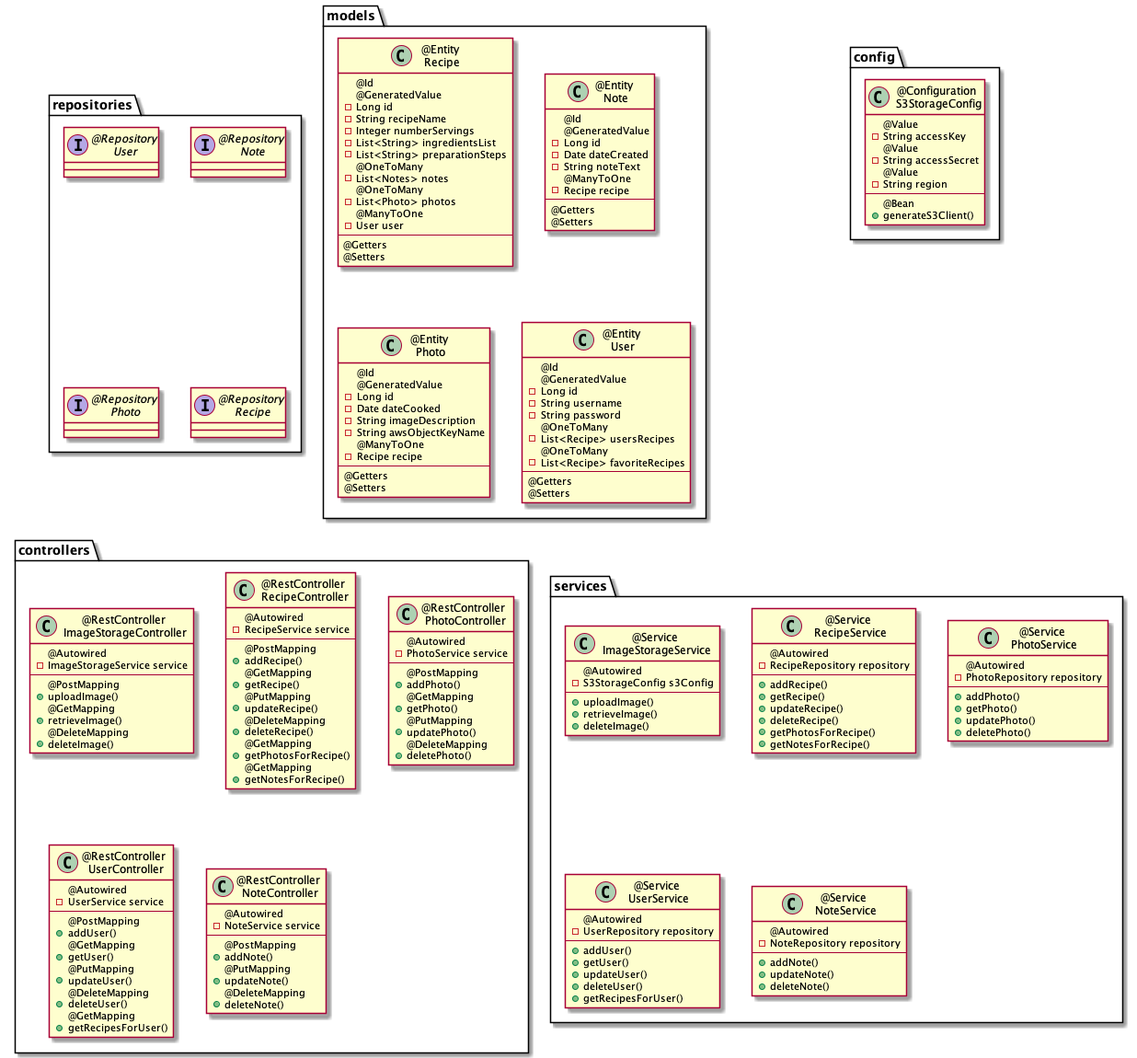
Before: RecipeAppUML.png, a diagram exported from PlantUML (theresa-christina/MyCookBookApp-BackEnd).
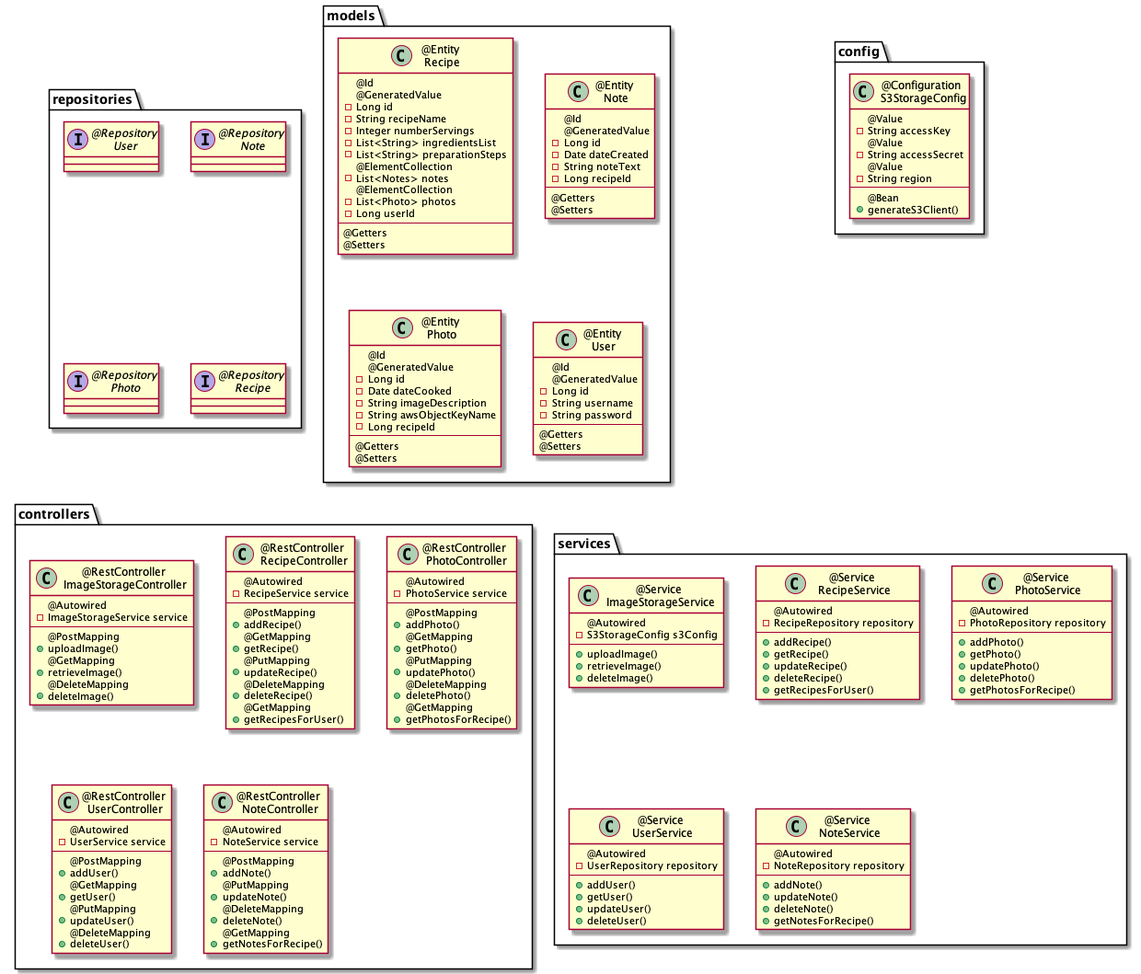
The same file after the commit.

Change to the diagram source:
```diff
@@ -32,12 +32,11 @@
         - Integer numberServings
         - List<String> ingredientsList
         - List<String> preparationSteps
-        @OneToMany
+        @ElementCollection
         - List<Notes> notes
-        @OneToMany
+        @ElementCollection
         - List<Photo> photos
-        @ManyToOne
-        - User user
+        - Long userId
         --
         @Getters
         @Setters
@@ -49,8 +48,7 @@
         - Long id
         - Date dateCreated
         - String noteText
-        @ManyToOne
-        - Recipe recipe
+        - Long recipeId
         --
         @Getters
         @Setters
@@ -63,8 +61,7 @@
         - Date dateCooked
         - String imageDescription
         - String awsObjectKeyName
-        @ManyToOne
-        - Recipe recipe
+        - Long recipeId
         --
         @Getters
         @Setters
@@ -77,10 +74,6 @@
         - Long id
         - String username
         - String password
-        @OneToMany
-        - List<Recipe> usersRecipes
-        @OneToMany
-        - List<Recipe> favoriteRecipes
         --
         @Getters
         @Setters
@@ -113,9 +106,7 @@
         @DeleteMapping
         + deleteRecipe()
         @GetMapping
-        + getPhotosForRecipe()
-        @GetMapping
-        + getNotesForRecipe()
+        + getRecipesForUser()
     }
 
     class "@RestController\n PhotoController" {
@@ -130,6 +121,8 @@
         + updatePhoto()
         @DeleteMapping
         + deletePhoto()
+        @GetMapping
+        + getPhotosForRecipe()
     }
 
     class "@RestController\n UserController" {
@@ -144,8 +137,6 @@
         + updateUser()
         @DeleteMapping
         + deleteUser()
-        @GetMapping
-        + getRecipesForUser()
     }
 
     class "@RestController\n NoteController" {
@@ -158,6 +149,8 @@
         + updateNote()
         @DeleteMapping
         + deleteNote()
+        @GetMapping
+        + getNotesForRecipe()
     }
 }
 
@@ -179,8 +172,7 @@
             + getRecipe()
             + updateRecipe()
             + deleteRecipe()
-            + getPhotosForRecipe()
-            + getNotesForRecipe()
+            + getRecipesForUser()
         }
 
         class "@Service\n PhotoService" {
@@ -191,6 +183,7 @@
             + getPhoto()
             + updatePhoto()
             + deletePhoto()
+            + getPhotosForRecipe()
         }
 
         class "@Service\n UserService" {
@@ -201,7 +194,6 @@
             + getUser()
             + updateUser()
             + deleteUser()
-            + getRecipesForUser()
         }
 
         class "@Service\n NoteService" {
@@ -211,6 +203,7 @@
             + addNote()
             + updateNote()
             + deleteNote()
+            + getNotesForRecipe()
         }
 }
 
```
